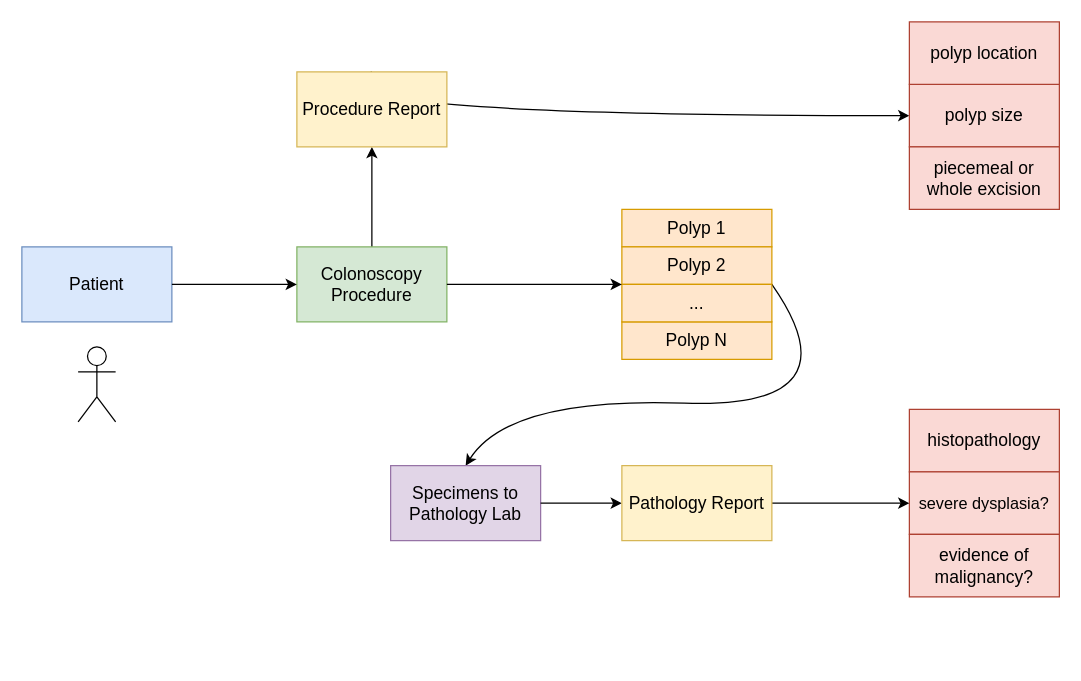
dhes/ColonoscopyPolyp keeps this draw.io diagram as input/images/HighLevelInformationModel2.drawio. Above is the earlier version. Source tidied: cells renumbered, new cells numbered last; positions are measured from the earlier drawing's top-left corner, leaving out a move shared by most shapes. Both pictures are drawn from the tidied source at 125%, with x=0, y=0 at pixel (21, 21).
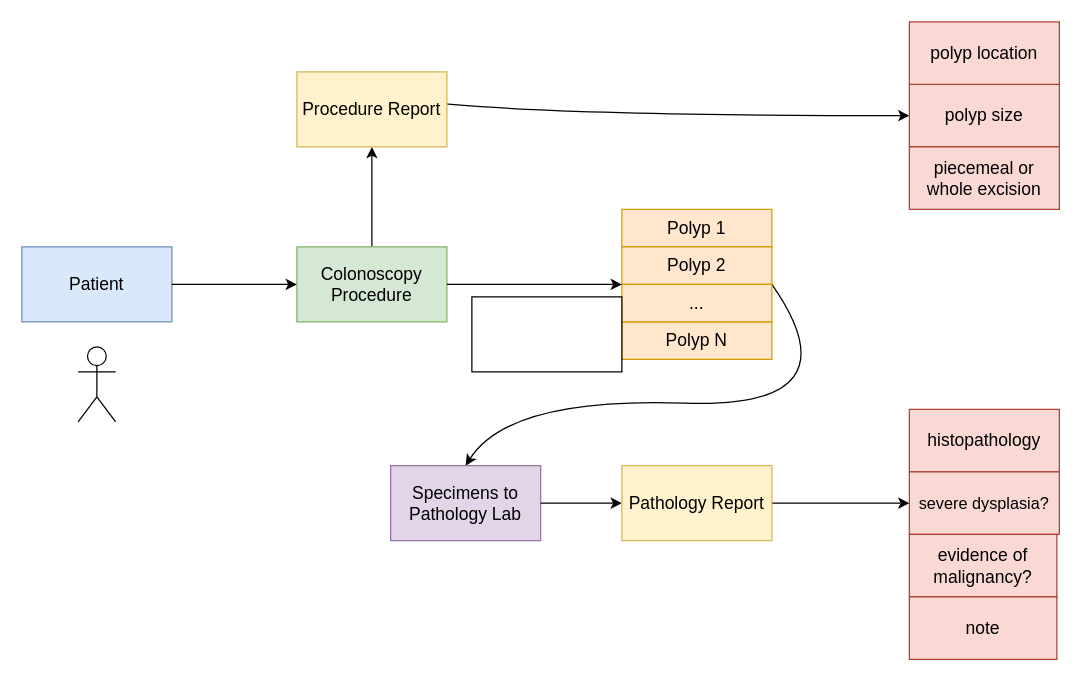
The same page after the edit.

Commit message (it also covers changes not shown here):
add a json resource example; add note to basic data model

What changed in the source:
```diff
@@
     <mxCell id="13" value="&lt;font style=&quot;font-size: 14px;&quot;&gt;evidence of malignancy?&lt;/font&gt;" style="rounded=0;whiteSpace=wrap;html=1;fontSize=6;fillColor=#fad9d5;strokeColor=#ae4132;" parent="1" vertex="1">
-      <mxGeometry x="710" y="410" width="120" height="50" as="geometry" />
+      <mxGeometry x="710" y="410" width="118" height="50" as="geometry" />
     </mxCell>
@@
+    <mxCell id="25" style="whiteSpace=wrap;html=1;" parent="1" vertex="1">
+      <mxGeometry x="360" y="220" width="120" height="60" as="geometry" />
+    </mxCell>
+    <mxCell id="26" value="&lt;span style=&quot;font-size: 14px&quot;&gt;note&lt;/span&gt;" style="rounded=0;whiteSpace=wrap;html=1;fontSize=6;fillColor=#fad9d5;strokeColor=#ae4132;" parent="1" vertex="1">
+      <mxGeometry x="710" y="460" width="118" height="50" as="geometry" />
+    </mxCell>
```
